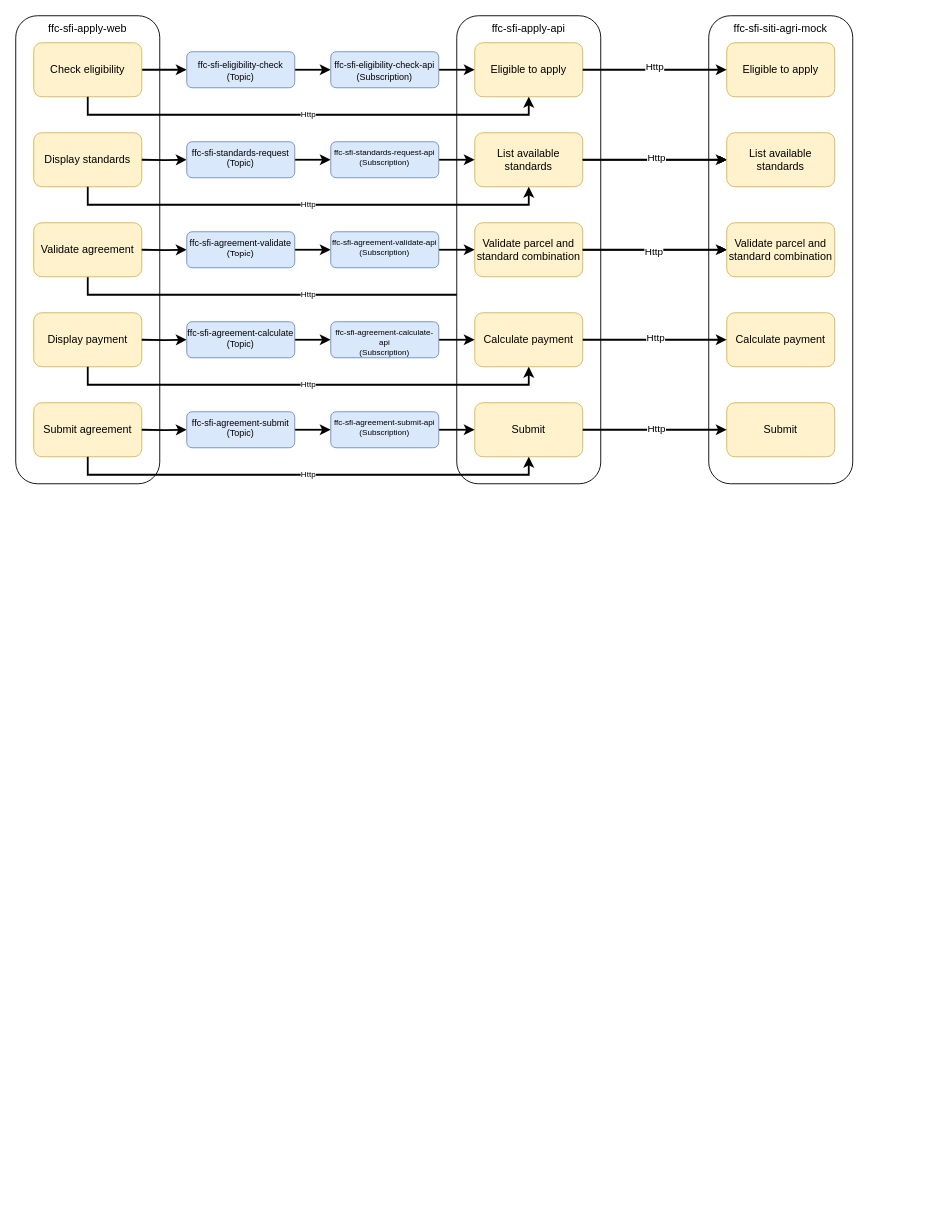
This is sfi.drawio from johnwatson484/diagrams, a draw.io file, before an edit. Source tidied: cells renumbered, new cells numbered last; positions are measured from the earlier drawing's top-left corner, leaving out a move shared by most shapes. Both pictures are drawn from the tidied source at 90%, with x=0, y=0 at pixel (15, 15).
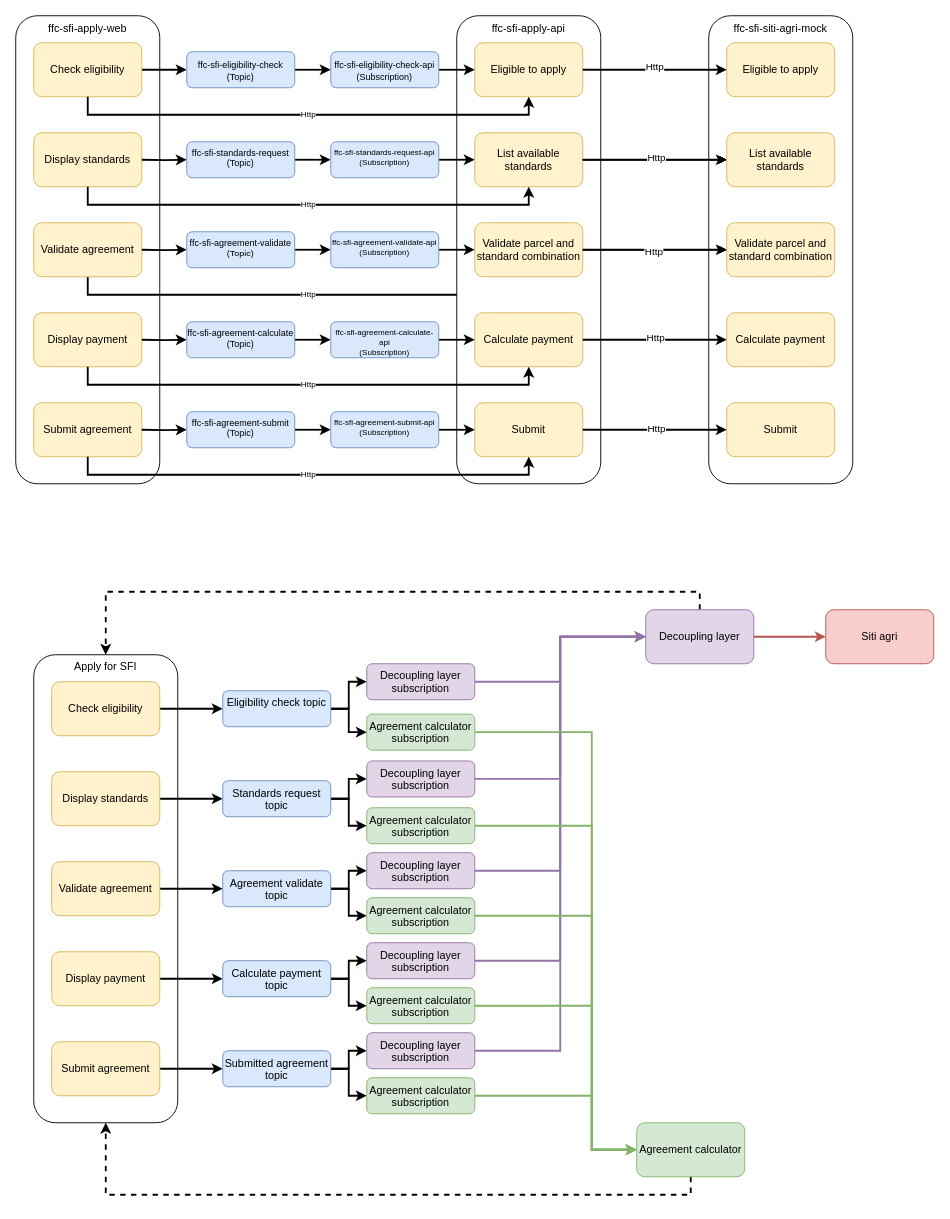
The same diagram, later.

The edit, as a diff of the source:
```diff
@@
+    <mxCell id="66" value="Apply for SFI" style="rounded=1;whiteSpace=wrap;html=1;verticalAlign=top;" parent="1" vertex="1">
+      <mxGeometry x="20" y="710" width="160" height="520" as="geometry" />
+    </mxCell>
+    <mxCell id="67" style="edgeStyle=orthogonalEdgeStyle;rounded=0;jettySize=auto;html=1;entryX=0;entryY=0.5;entryDx=0;entryDy=0;strokeWidth=2;" parent="1" edge="1" source="68" target="79">
+      <mxGeometry relative="1" as="geometry" />
+    </mxCell>
+    <mxCell id="68" value="Check eligibility" style="rounded=1;whiteSpace=wrap;html=1;fillColor=#fff2cc;strokeColor=#d6b656;" parent="1" vertex="1">
+      <mxGeometry x="40" y="740" width="120" height="60" as="geometry" />
+    </mxCell>
+    <mxCell id="69" style="edgeStyle=orthogonalEdgeStyle;rounded=0;jettySize=auto;html=1;entryX=0;entryY=0.5;entryDx=0;entryDy=0;strokeWidth=2;" parent="1" edge="1" source="70" target="84">
+      <mxGeometry relative="1" as="geometry" />
+    </mxCell>
+    <mxCell id="70" value="Display standards" style="rounded=1;whiteSpace=wrap;html=1;fillColor=#fff2cc;strokeColor=#d6b656;" parent="1" vertex="1">
+      <mxGeometry x="40" y="840" width="120" height="60" as="geometry" />
+    </mxCell>
+    <mxCell id="71" style="edgeStyle=orthogonalEdgeStyle;rounded=0;jettySize=auto;html=1;entryX=0;entryY=0.5;entryDx=0;entryDy=0;strokeWidth=2;" parent="1" edge="1" source="72" target="87">
+      <mxGeometry relative="1" as="geometry" />
+    </mxCell>
+    <mxCell id="72" value="Validate agreement" style="rounded=1;whiteSpace=wrap;html=1;fillColor=#fff2cc;strokeColor=#d6b656;" parent="1" vertex="1">
+      <mxGeometry x="40" y="940" width="120" height="60" as="geometry" />
+    </mxCell>
+    <mxCell id="73" style="edgeStyle=orthogonalEdgeStyle;rounded=0;jettySize=auto;html=1;entryX=0;entryY=0.5;entryDx=0;entryDy=0;strokeWidth=2;" parent="1" edge="1" source="74" target="90">
+      <mxGeometry relative="1" as="geometry" />
+    </mxCell>
+    <mxCell id="74" value="Display payment" style="rounded=1;whiteSpace=wrap;html=1;fillColor=#fff2cc;strokeColor=#d6b656;" parent="1" vertex="1">
+      <mxGeometry x="40" y="1040" width="120" height="60" as="geometry" />
+    </mxCell>
+    <mxCell id="75" style="edgeStyle=orthogonalEdgeStyle;rounded=0;jettySize=auto;html=1;entryX=0;entryY=0.5;entryDx=0;entryDy=0;strokeWidth=2;" parent="1" edge="1" source="76" target="93">
+      <mxGeometry relative="1" as="geometry" />
+    </mxCell>
+    <mxCell id="76" value="Submit agreement" style="rounded=1;whiteSpace=wrap;html=1;fillColor=#fff2cc;strokeColor=#d6b656;" parent="1" vertex="1">
+      <mxGeometry x="40" y="1140" width="120" height="60" as="geometry" />
+    </mxCell>
+    <mxCell id="77" style="edgeStyle=orthogonalEdgeStyle;rounded=0;jettySize=auto;html=1;entryX=0;entryY=0.5;entryDx=0;entryDy=0;strokeWidth=2;" parent="1" edge="1" source="79" target="81">
+      <mxGeometry relative="1" as="geometry" />
+    </mxCell>
+    <mxCell id="78" style="edgeStyle=orthogonalEdgeStyle;rounded=0;jettySize=auto;html=1;entryX=0;entryY=0.5;entryDx=0;entryDy=0;fontSize=12;strokeWidth=2;" parent="1" edge="1" source="79" target="103">
+      <mxGeometry relative="1" as="geometry" />
+    </mxCell>
+    <mxCell id="79" value="&lt;span style=&quot;font-size: 12px;&quot;&gt;Eligibility check topic&lt;/span&gt;" style="rounded=1;whiteSpace=wrap;html=1;verticalAlign=top;fillColor=#dae8fc;strokeColor=#6c8ebf;fontSize=12;" parent="1" vertex="1">
+      <mxGeometry x="230" y="750" width="120" height="40" as="geometry" />
+    </mxCell>
+    <mxCell id="80" style="edgeStyle=orthogonalEdgeStyle;rounded=0;jettySize=auto;html=1;entryX=0;entryY=0.5;entryDx=0;entryDy=0;fontSize=12;strokeWidth=2;fillColor=#e1d5e7;strokeColor=#9673a6;" parent="1" edge="1" source="81" target="114">
+      <mxGeometry relative="1" as="geometry" />
+    </mxCell>
+    <mxCell id="81" value="&lt;span style=&quot;font-size: 12px;&quot;&gt;Decoupling layer subscription&lt;/span&gt;" style="rounded=1;whiteSpace=wrap;html=1;verticalAlign=top;fillColor=#e1d5e7;strokeColor=#9673a6;fontSize=12;" parent="1" vertex="1">
+      <mxGeometry x="390" y="720" width="120" height="40" as="geometry" />
+    </mxCell>
+    <mxCell id="82" style="edgeStyle=orthogonalEdgeStyle;rounded=0;jettySize=auto;html=1;entryX=0;entryY=0.5;entryDx=0;entryDy=0;strokeWidth=2;" parent="1" edge="1" source="84" target="95">
+      <mxGeometry relative="1" as="geometry" />
+    </mxCell>
+    <mxCell id="83" style="edgeStyle=orthogonalEdgeStyle;rounded=0;jettySize=auto;html=1;entryX=0;entryY=0.5;entryDx=0;entryDy=0;fontSize=12;strokeWidth=2;" parent="1" edge="1" source="84" target="105">
+      <mxGeometry relative="1" as="geometry" />
+    </mxCell>
+    <mxCell id="84" value="Standards request topic" style="rounded=1;whiteSpace=wrap;html=1;verticalAlign=top;fontSize=12;fillColor=#dae8fc;strokeColor=#6c8ebf;" parent="1" vertex="1">
+      <mxGeometry x="230" y="850" width="120" height="40" as="geometry" />
+    </mxCell>
+    <mxCell id="85" style="edgeStyle=orthogonalEdgeStyle;rounded=0;jettySize=auto;html=1;entryX=0;entryY=0.5;entryDx=0;entryDy=0;strokeWidth=2;" parent="1" edge="1" source="87" target="97">
+      <mxGeometry relative="1" as="geometry" />
+    </mxCell>
+    <mxCell id="86" style="edgeStyle=orthogonalEdgeStyle;rounded=0;jettySize=auto;html=1;entryX=0;entryY=0.5;entryDx=0;entryDy=0;fontSize=12;strokeWidth=2;" parent="1" edge="1" source="87" target="107">
+      <mxGeometry relative="1" as="geometry" />
+    </mxCell>
+    <mxCell id="87" value="Agreement validate topic" style="rounded=1;whiteSpace=wrap;html=1;verticalAlign=top;fontSize=12;fillColor=#dae8fc;strokeColor=#6c8ebf;" parent="1" vertex="1">
+      <mxGeometry x="230" y="950" width="120" height="40" as="geometry" />
+    </mxCell>
+    <mxCell id="88" style="edgeStyle=orthogonalEdgeStyle;rounded=0;jettySize=auto;html=1;strokeWidth=2;entryX=0;entryY=0.5;entryDx=0;entryDy=0;" parent="1" edge="1" source="90" target="99">
+      <mxGeometry relative="1" as="geometry" />
+    </mxCell>
+    <mxCell id="89" style="edgeStyle=orthogonalEdgeStyle;rounded=0;jettySize=auto;html=1;entryX=0;entryY=0.5;entryDx=0;entryDy=0;fontSize=12;strokeWidth=2;" parent="1" edge="1" source="90" target="109">
+      <mxGeometry relative="1" as="geometry" />
+    </mxCell>
+    <mxCell id="90" value="Calculate payment topic" style="rounded=1;whiteSpace=wrap;html=1;verticalAlign=top;fontSize=12;fillColor=#dae8fc;strokeColor=#6c8ebf;" parent="1" vertex="1">
+      <mxGeometry x="230" y="1050" width="120" height="40" as="geometry" />
+    </mxCell>
+    <mxCell id="91" style="edgeStyle=orthogonalEdgeStyle;rounded=0;jettySize=auto;html=1;entryX=0;entryY=0.5;entryDx=0;entryDy=0;strokeWidth=2;entryPerimeter=0;" parent="1" edge="1" source="93" target="101">
+      <mxGeometry relative="1" as="geometry" />
+    </mxCell>
+    <mxCell id="92" style="edgeStyle=orthogonalEdgeStyle;rounded=0;jettySize=auto;html=1;entryX=0;entryY=0.5;entryDx=0;entryDy=0;fontSize=12;strokeWidth=2;" parent="1" edge="1" source="93" target="111">
+      <mxGeometry relative="1" as="geometry" />
+    </mxCell>
+    <mxCell id="93" value="Submitted agreement topic" style="rounded=1;whiteSpace=wrap;html=1;verticalAlign=top;fontSize=12;fillColor=#dae8fc;strokeColor=#6c8ebf;" parent="1" vertex="1">
+      <mxGeometry x="230" y="1150" width="120" height="40" as="geometry" />
+    </mxCell>
+    <mxCell id="94" style="edgeStyle=orthogonalEdgeStyle;rounded=0;jettySize=auto;html=1;entryX=0;entryY=0.5;entryDx=0;entryDy=0;fontSize=12;strokeWidth=2;fillColor=#e1d5e7;strokeColor=#9673a6;" parent="1" edge="1" source="95" target="114">
+      <mxGeometry relative="1" as="geometry" />
+    </mxCell>
+    <mxCell id="95" value="&lt;span style=&quot;font-size: 12px;&quot;&gt;Decoupling layer subscription&lt;/span&gt;" style="rounded=1;whiteSpace=wrap;html=1;verticalAlign=top;fillColor=#e1d5e7;strokeColor=#9673a6;fontSize=12;" parent="1" vertex="1">
+      <mxGeometry x="390" y="828" width="120" height="40" as="geometry" />
+    </mxCell>
+    <mxCell id="96" style="edgeStyle=orthogonalEdgeStyle;rounded=0;jettySize=auto;html=1;entryX=0;entryY=0.5;entryDx=0;entryDy=0;fontSize=12;strokeWidth=2;fillColor=#e1d5e7;strokeColor=#9673a6;" parent="1" edge="1" source="97" target="114">
+      <mxGeometry relative="1" as="geometry" />
+    </mxCell>
+    <mxCell id="97" value="&lt;span style=&quot;font-size: 12px;&quot;&gt;Decoupling layer subscription&lt;/span&gt;" style="rounded=1;whiteSpace=wrap;html=1;verticalAlign=top;fillColor=#e1d5e7;strokeColor=#9673a6;fontSize=12;" parent="1" vertex="1">
+      <mxGeometry x="390" y="930" width="120" height="40" as="geometry" />
+    </mxCell>
+    <mxCell id="98" style="edgeStyle=orthogonalEdgeStyle;rounded=0;jettySize=auto;html=1;entryX=0;entryY=0.5;entryDx=0;entryDy=0;fontSize=12;strokeWidth=2;fillColor=#e1d5e7;strokeColor=#9673a6;" parent="1" edge="1" source="99" target="114">
+      <mxGeometry relative="1" as="geometry" />
+    </mxCell>
+    <mxCell id="99" value="&lt;span style=&quot;font-size: 12px;&quot;&gt;Decoupling layer subscription&lt;/span&gt;" style="rounded=1;whiteSpace=wrap;html=1;verticalAlign=top;fillColor=#e1d5e7;strokeColor=#9673a6;fontSize=12;" parent="1" vertex="1">
+      <mxGeometry x="390" y="1030" width="120" height="40" as="geometry" />
+    </mxCell>
+    <mxCell id="100" style="edgeStyle=orthogonalEdgeStyle;rounded=0;jettySize=auto;html=1;entryX=0;entryY=0.5;entryDx=0;entryDy=0;fontSize=12;strokeWidth=2;fillColor=#e1d5e7;strokeColor=#9673a6;" parent="1" edge="1" source="101" target="114">
+      <mxGeometry relative="1" as="geometry" />
+    </mxCell>
+    <mxCell id="101" value="&lt;span style=&quot;font-size: 12px;&quot;&gt;Decoupling layer subscription&lt;/span&gt;" style="rounded=1;whiteSpace=wrap;html=1;verticalAlign=top;fillColor=#e1d5e7;strokeColor=#9673a6;fontSize=12;" parent="1" vertex="1">
+      <mxGeometry x="390" y="1130" width="120" height="40" as="geometry" />
+    </mxCell>
+    <mxCell id="102" style="edgeStyle=orthogonalEdgeStyle;rounded=0;jettySize=auto;html=1;entryX=0;entryY=0.5;entryDx=0;entryDy=0;fontSize=12;strokeWidth=2;fillColor=#d5e8d4;strokeColor=#82b366;" parent="1" edge="1" source="103" target="116">
+      <mxGeometry relative="1" as="geometry">
+        <Array as="points">
+          <mxPoint x="640" y="796" />
+          <mxPoint x="640" y="1260" />
+        </Array>
+      </mxGeometry>
+    </mxCell>
+    <mxCell id="103" value="&lt;span style=&quot;font-size: 12px&quot;&gt;Agreement calculator subscription&lt;/span&gt;" style="rounded=1;whiteSpace=wrap;html=1;verticalAlign=top;fillColor=#d5e8d4;strokeColor=#82b366;fontSize=12;" parent="1" vertex="1">
+      <mxGeometry x="390" y="776" width="120" height="40" as="geometry" />
+    </mxCell>
+    <mxCell id="104" style="edgeStyle=orthogonalEdgeStyle;rounded=0;jettySize=auto;html=1;entryX=0;entryY=0.5;entryDx=0;entryDy=0;fontSize=12;strokeWidth=2;fillColor=#d5e8d4;strokeColor=#82b366;" parent="1" edge="1" source="105" target="116">
+      <mxGeometry relative="1" as="geometry">
+        <Array as="points">
+          <mxPoint x="640" y="900" />
+          <mxPoint x="640" y="1260" />
+        </Array>
+      </mxGeometry>
+    </mxCell>
+    <mxCell id="105" value="&lt;span style=&quot;font-size: 12px&quot;&gt;Agreement calculator subscription&lt;/span&gt;" style="rounded=1;whiteSpace=wrap;html=1;verticalAlign=top;fillColor=#d5e8d4;strokeColor=#82b366;fontSize=12;" parent="1" vertex="1">
+      <mxGeometry x="390" y="880" width="120" height="40" as="geometry" />
+    </mxCell>
+    <mxCell id="106" style="edgeStyle=orthogonalEdgeStyle;rounded=0;jettySize=auto;html=1;entryX=0;entryY=0.5;entryDx=0;entryDy=0;fontSize=12;strokeWidth=2;fillColor=#d5e8d4;strokeColor=#82b366;" parent="1" edge="1" source="107" target="116">
+      <mxGeometry relative="1" as="geometry">
+        <Array as="points">
+          <mxPoint x="640" y="1000" />
+          <mxPoint x="640" y="1260" />
+        </Array>
+      </mxGeometry>
+    </mxCell>
+    <mxCell id="107" value="&lt;span style=&quot;font-size: 12px&quot;&gt;Agreement calculator subscription&lt;/span&gt;" style="rounded=1;whiteSpace=wrap;html=1;verticalAlign=top;fillColor=#d5e8d4;strokeColor=#82b366;fontSize=12;" parent="1" vertex="1">
+      <mxGeometry x="390" y="980" width="120" height="40" as="geometry" />
+    </mxCell>
+    <mxCell id="108" style="edgeStyle=orthogonalEdgeStyle;rounded=0;jettySize=auto;html=1;entryX=0;entryY=0.5;entryDx=0;entryDy=0;fontSize=12;strokeWidth=2;fillColor=#d5e8d4;strokeColor=#82b366;" parent="1" edge="1" source="109" target="116">
+      <mxGeometry relative="1" as="geometry">
+        <Array as="points">
+          <mxPoint x="640" y="1100" />
+          <mxPoint x="640" y="1260" />
+        </Array>
+      </mxGeometry>
+    </mxCell>
+    <mxCell id="109" value="&lt;span style=&quot;font-size: 12px&quot;&gt;Agreement calculator subscription&lt;/span&gt;" style="rounded=1;whiteSpace=wrap;html=1;verticalAlign=top;fillColor=#d5e8d4;strokeColor=#82b366;fontSize=12;" parent="1" vertex="1">
+      <mxGeometry x="390" y="1080" width="120" height="40" as="geometry" />
+    </mxCell>
+    <mxCell id="110" style="edgeStyle=orthogonalEdgeStyle;rounded=0;jettySize=auto;html=1;entryX=0;entryY=0.5;entryDx=0;entryDy=0;fontSize=12;strokeWidth=2;fillColor=#d5e8d4;strokeColor=#82b366;" parent="1" edge="1" source="111" target="116">
+      <mxGeometry relative="1" as="geometry">
+        <Array as="points">
+          <mxPoint x="640" y="1200" />
+          <mxPoint x="640" y="1260" />
+        </Array>
+      </mxGeometry>
+    </mxCell>
+    <mxCell id="111" value="&lt;span style=&quot;font-size: 12px&quot;&gt;Agreement calculator subscription&lt;/span&gt;" style="rounded=1;whiteSpace=wrap;html=1;verticalAlign=top;fillColor=#d5e8d4;strokeColor=#82b366;fontSize=12;" parent="1" vertex="1">
+      <mxGeometry x="390" y="1180" width="120" height="40" as="geometry" />
+    </mxCell>
+    <mxCell id="112" style="edgeStyle=orthogonalEdgeStyle;rounded=0;jettySize=auto;html=1;fontSize=12;strokeWidth=2;fillColor=#f8cecc;strokeColor=#b85450;" parent="1" edge="1" source="114" target="117">
+      <mxGeometry relative="1" as="geometry" />
+    </mxCell>
+    <mxCell id="113" style="edgeStyle=orthogonalEdgeStyle;rounded=0;jettySize=auto;html=1;entryX=0.5;entryY=0;entryDx=0;entryDy=0;fontSize=12;strokeWidth=2;exitX=0.5;exitY=0;exitDx=0;exitDy=0;dashed=1;" parent="1" edge="1" source="114" target="66">
+      <mxGeometry relative="1" as="geometry" />
+    </mxCell>
+    <mxCell id="114" value="Decoupling layer" style="rounded=1;whiteSpace=wrap;html=1;fontSize=12;fillColor=#e1d5e7;strokeColor=#9673a6;" parent="1" vertex="1">
+      <mxGeometry x="700" y="660" width="120" height="60" as="geometry" />
+    </mxCell>
+    <mxCell id="115" style="edgeStyle=orthogonalEdgeStyle;rounded=0;jettySize=auto;html=1;entryX=0.5;entryY=1;entryDx=0;entryDy=0;dashed=1;fontSize=12;strokeWidth=2;exitX=0.5;exitY=1;exitDx=0;exitDy=0;" parent="1" edge="1" source="116" target="66">
+      <mxGeometry relative="1" as="geometry" />
+    </mxCell>
+    <mxCell id="116" value="Agreement calculator" style="rounded=1;whiteSpace=wrap;html=1;fontSize=12;fillColor=#d5e8d4;strokeColor=#82b366;" parent="1" vertex="1">
+      <mxGeometry x="690" y="1230" width="120" height="60" as="geometry" />
+    </mxCell>
+    <mxCell id="117" value="Siti agri" style="rounded=1;whiteSpace=wrap;html=1;fontSize=12;fillColor=#f8cecc;strokeColor=#b85450;" parent="1" vertex="1">
+      <mxGeometry x="900" y="660" width="120" height="60" as="geometry" />
+    </mxCell>
```
